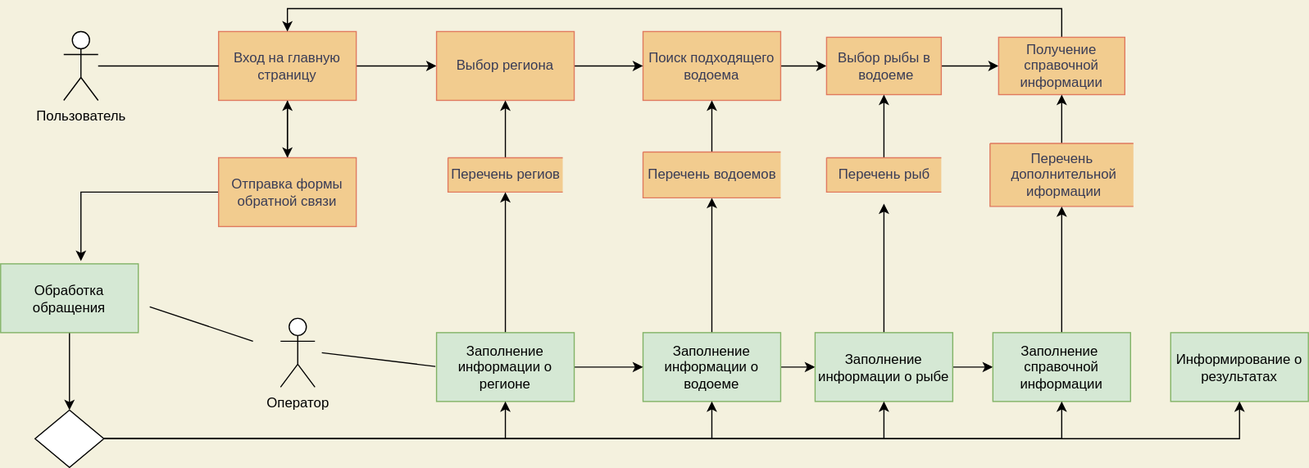
The draw.io diagram DFD latest.svg in Gsuslov/site, before a commit. Source tidied: cells renumbered, new cells last; positions are measured from the earlier drawing's top-left corner, leaving out a move shared by most shapes.
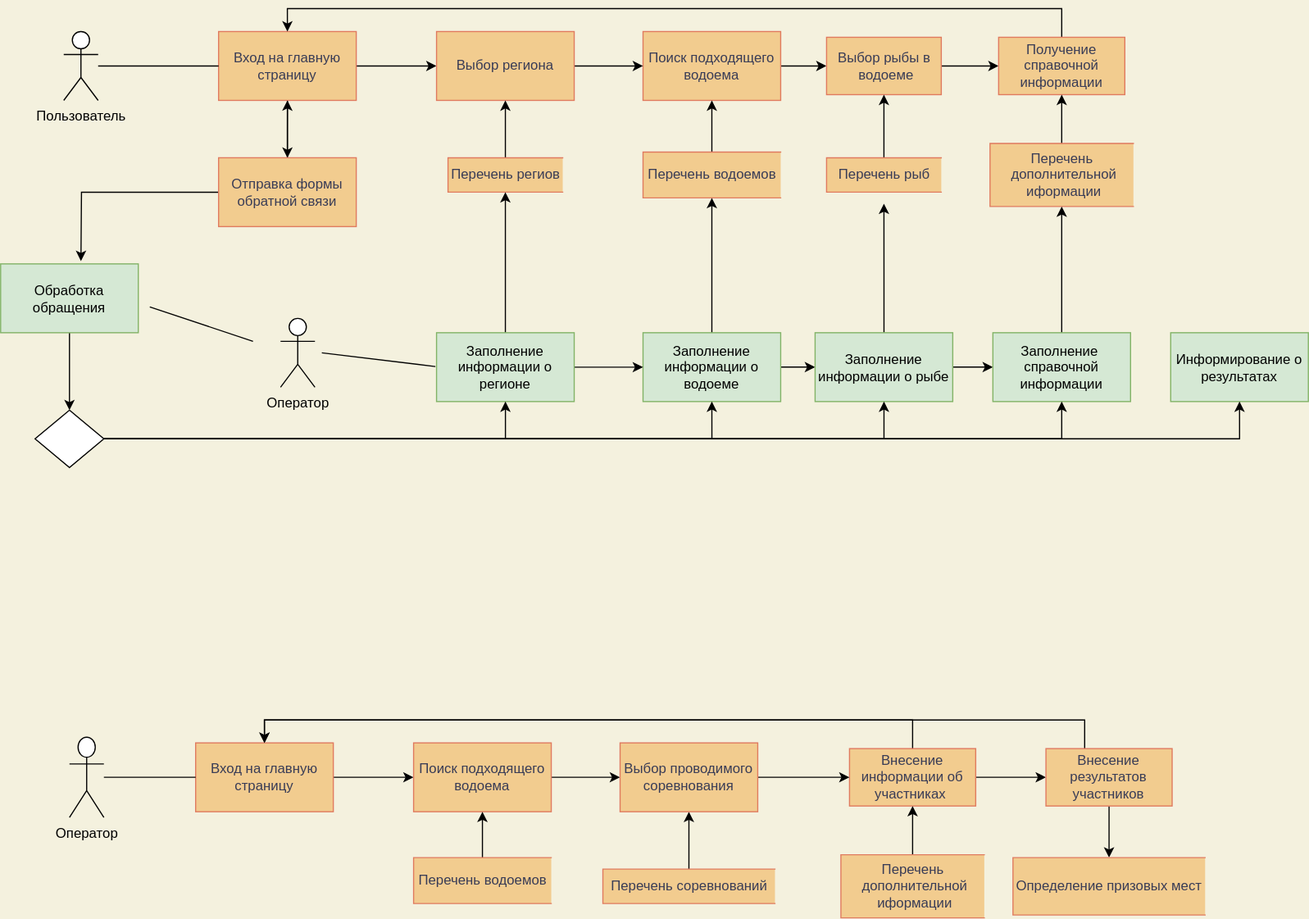
The same file after the commit.

Change to the diagram source:
```diff
@@ -160,5 +160,78 @@
     <mxCell id="48" style="shape=rhombus;html=1;dashed=0;whitespace=wrap;perimeter=rhombusPerimeter;" parent="1" vertex="1">
       <mxGeometry x="30" y="350" width="60" height="50" as="geometry" />
     </mxCell>
+    <mxCell id="49" value="Оператор" style="shape=umlActor;verticalLabelPosition=bottom;verticalAlign=top;html=1;outlineConnect=0;" parent="1" vertex="1">
+      <mxGeometry x="60" y="635" width="30" height="70" as="geometry" />
+    </mxCell>
+    <mxCell id="50" style="edgeStyle=orthogonalEdgeStyle;rounded=0;jettySize=auto;html=1;" parent="1" edge="1" source="51" target="53">
+      <mxGeometry relative="1" as="geometry" />
+    </mxCell>
+    <mxCell id="51" value="Вход на главную страницу" style="rounded=0;whiteSpace=wrap;html=1;fillColor=#F2CC8F;strokeColor=#E07A5F;fontColor=#393C56;" parent="1" vertex="1">
+      <mxGeometry x="170" y="640" width="120" height="60" as="geometry" />
+    </mxCell>
+    <mxCell id="52" style="edgeStyle=orthogonalEdgeStyle;rounded=0;jettySize=auto;html=1;" parent="1" edge="1" source="53" target="64">
+      <mxGeometry relative="1" as="geometry" />
+    </mxCell>
+    <mxCell id="53" value="Поиск подходящего водоема" style="rounded=0;whiteSpace=wrap;html=1;fillColor=#F2CC8F;strokeColor=#E07A5F;fontColor=#393C56;" parent="1" vertex="1">
+      <mxGeometry x="360" y="640" width="120" height="60" as="geometry" />
+    </mxCell>
+    <mxCell id="54" style="edgeStyle=orthogonalEdgeStyle;rounded=0;jettySize=auto;html=1;entryX=0.5;entryY=1;entryDx=0;entryDy=0;" parent="1" edge="1" source="55" target="53">
+      <mxGeometry relative="1" as="geometry" />
+    </mxCell>
+    <mxCell id="55" value="Перечень водоемов" style="html=1;dashed=0;whitespace=wrap;shape=partialRectangle;right=0;fillColor=#F2CC8F;strokeColor=#E07A5F;fontColor=#393C56;" parent="1" vertex="1">
+      <mxGeometry x="360" y="740" width="120" height="40" as="geometry" />
+    </mxCell>
+    <mxCell id="56" style="edgeStyle=orthogonalEdgeStyle;rounded=0;jettySize=auto;html=1;entryX=0.5;entryY=0;entryDx=0;entryDy=0;" parent="1" edge="1" source="58" target="51">
+      <mxGeometry relative="1" as="geometry">
+        <Array as="points">
+          <mxPoint x="795" y="620" />
+          <mxPoint x="230" y="620" />
+        </Array>
+      </mxGeometry>
+    </mxCell>
+    <mxCell id="57" style="edgeStyle=orthogonalEdgeStyle;rounded=0;jettySize=auto;html=1;" parent="1" edge="1" source="58" target="68">
+      <mxGeometry relative="1" as="geometry" />
+    </mxCell>
+    <mxCell id="58" value="Внесение информации об участниках&amp;nbsp;" style="rounded=0;whiteSpace=wrap;html=1;fillColor=#F2CC8F;strokeColor=#E07A5F;fontColor=#393C56;" parent="1" vertex="1">
+      <mxGeometry x="740" y="645" width="110" height="50" as="geometry" />
+    </mxCell>
+    <mxCell id="59" style="edgeStyle=orthogonalEdgeStyle;rounded=0;jettySize=auto;html=1;" parent="1" edge="1" source="60" target="64">
+      <mxGeometry relative="1" as="geometry" />
+    </mxCell>
+    <mxCell id="60" value="Перечень соревнований" style="html=1;dashed=0;whitespace=wrap;shape=partialRectangle;right=0;fillColor=#F2CC8F;strokeColor=#E07A5F;fontColor=#393C56;" parent="1" vertex="1">
+      <mxGeometry x="525" y="750" width="150" height="30" as="geometry" />
+    </mxCell>
+    <mxCell id="61" style="edgeStyle=orthogonalEdgeStyle;rounded=0;jettySize=auto;html=1;" parent="1" edge="1" source="62" target="58">
+      <mxGeometry relative="1" as="geometry" />
+    </mxCell>
+    <mxCell id="62" value="Перечень&lt;br&gt;&amp;nbsp;дополнительной&lt;br&gt;&amp;nbsp;иформации" style="html=1;dashed=0;whitespace=wrap;shape=partialRectangle;right=0;fillColor=#F2CC8F;strokeColor=#E07A5F;fontColor=#393C56;" parent="1" vertex="1">
+      <mxGeometry x="732.5" y="737.5" width="125" height="55" as="geometry" />
+    </mxCell>
+    <mxCell id="63" style="edgeStyle=orthogonalEdgeStyle;rounded=0;jettySize=auto;html=1;" parent="1" edge="1" source="64" target="58">
+      <mxGeometry relative="1" as="geometry" />
+    </mxCell>
+    <mxCell id="64" value="Выбор проводимого соревнования" style="rounded=0;whiteSpace=wrap;html=1;fillColor=#F2CC8F;strokeColor=#E07A5F;fontColor=#393C56;" parent="1" vertex="1">
+      <mxGeometry x="540" y="640" width="120" height="60" as="geometry" />
+    </mxCell>
+    <mxCell id="65" style="endArrow=none;html=1;rounded=0;entryX=0;entryY=0.5;entryDx=0;entryDy=0;" parent="1" edge="1" source="49" target="51">
+      <mxGeometry relative="1" as="geometry" />
+    </mxCell>
+    <mxCell id="66" style="edgeStyle=orthogonalEdgeStyle;rounded=0;jettySize=auto;html=1;entryX=0.5;entryY=0;entryDx=0;entryDy=0;" parent="1" edge="1" source="68" target="51">
+      <mxGeometry relative="1" as="geometry">
+        <Array as="points">
+          <mxPoint x="945" y="620" />
+          <mxPoint x="230" y="620" />
+        </Array>
+      </mxGeometry>
+    </mxCell>
+    <mxCell id="67" style="edgeStyle=orthogonalEdgeStyle;rounded=0;jettySize=auto;html=1;" parent="1" edge="1" source="68" target="69">
+      <mxGeometry relative="1" as="geometry" />
+    </mxCell>
+    <mxCell id="68" value="Внесение результатов участников" style="rounded=0;whiteSpace=wrap;html=1;fillColor=#F2CC8F;strokeColor=#E07A5F;fontColor=#393C56;" parent="1" vertex="1">
+      <mxGeometry x="911.2" y="645" width="110" height="50" as="geometry" />
+    </mxCell>
+    <mxCell id="69" value="Определение призовых мест" style="html=1;dashed=0;whitespace=wrap;shape=partialRectangle;right=0;fillColor=#F2CC8F;strokeColor=#E07A5F;fontColor=#393C56;" parent="1" vertex="1">
+      <mxGeometry x="882.5" y="740" width="167.5" height="50" as="geometry" />
+    </mxCell>
   </root>
 </mxGraphModel>
```
